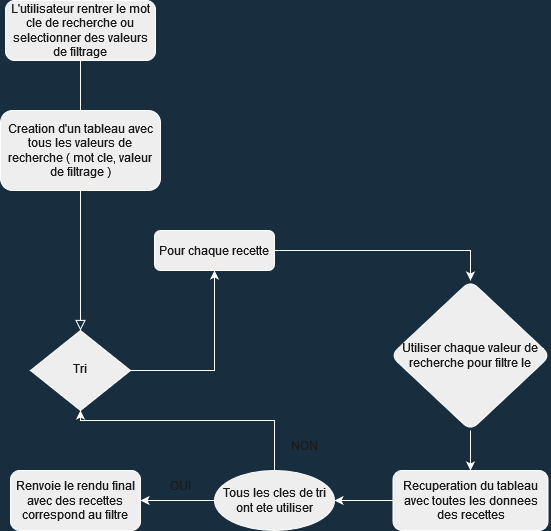
Above: flow_chart_option2.drawio.png in JacquesN16/P7-Search-Algo (draw.io), before the change. Source tidied: cells renumbered, new cells last; positions are measured from the earlier drawing's top-left corner, leaving out a move shared by most shapes.
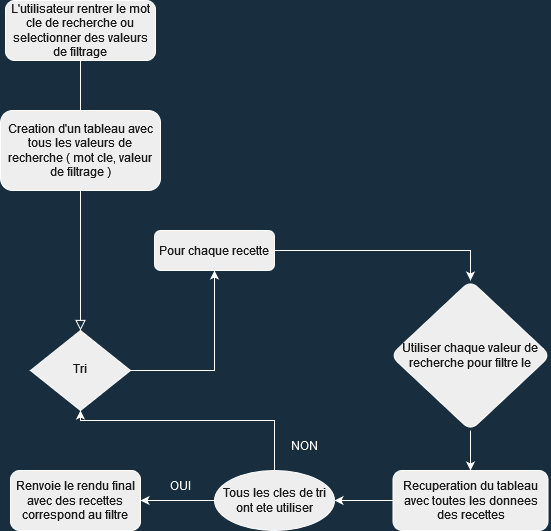
Above is the later version.

Change to the diagram source:
```diff
@@ -55,10 +55,10 @@
     <mxCell id="17" value="Renvoie le rendu final avec des recettes correspond au filtre" style="whiteSpace=wrap;html=1;rounded=1;fillColor=#EEEEEE;strokeColor=#FFFFFF;fontColor=#1A1A1A;" parent="1" vertex="1">
       <mxGeometry x="10" y="470" width="130" height="60" as="geometry" />
     </mxCell>
-    <mxCell id="18" value="OUI" style="text;html=1;strokeColor=none;fillColor=none;align=center;verticalAlign=middle;whiteSpace=wrap;rounded=0;fontColor=#1A1A1A;" parent="1" vertex="1">
+    <mxCell id="18" value="OUI" style="text;html=1;strokeColor=none;fillColor=none;align=center;verticalAlign=middle;whiteSpace=wrap;rounded=0;fontColor=#FCFCFC;" parent="1" vertex="1">
       <mxGeometry x="150" y="470" width="60" height="30" as="geometry" />
     </mxCell>
-    <mxCell id="19" value="NON" style="text;html=1;strokeColor=none;fillColor=none;align=center;verticalAlign=middle;whiteSpace=wrap;rounded=0;fontColor=#1A1A1A;" parent="1" vertex="1">
+    <mxCell id="19" value="NON" style="text;html=1;strokeColor=none;fillColor=none;align=center;verticalAlign=middle;whiteSpace=wrap;rounded=0;fontColor=#FFFFFF;" parent="1" vertex="1">
       <mxGeometry x="274" y="430" width="60" height="30" as="geometry" />
     </mxCell>
   </root>
```
